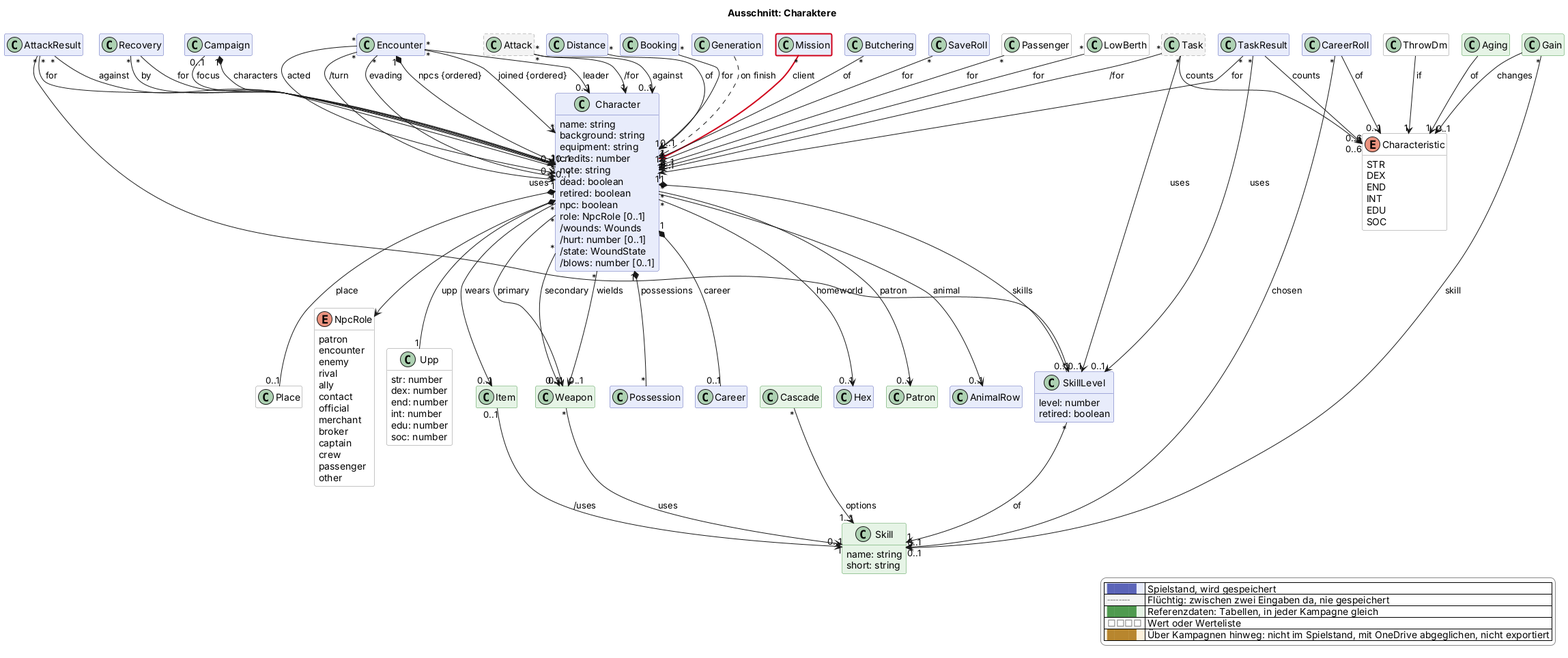
Before: docs/views/charakter.png, a diagram exported from PlantUML (scuzzar/SRE).
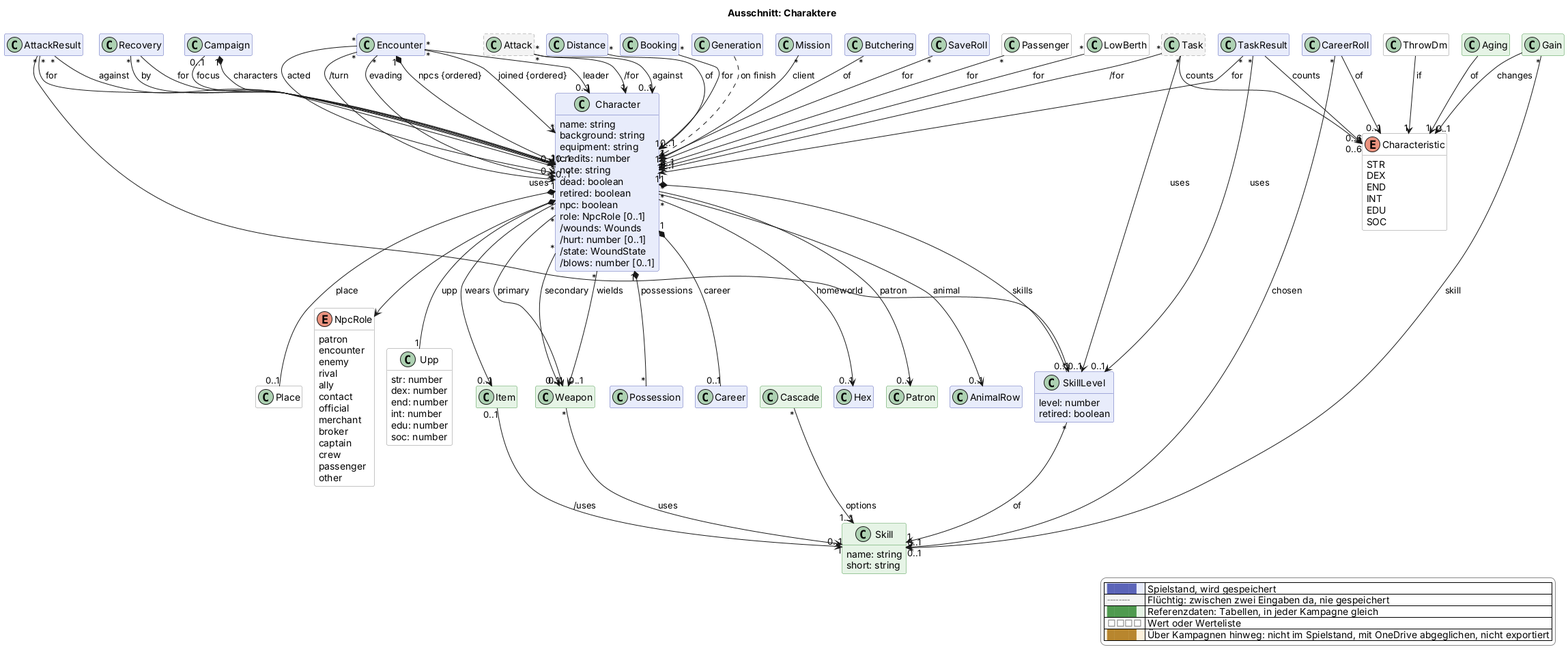
After the change.

The edit, as a diff of the source:
```diff
@@ -122,7 +122,7 @@
 
   class Hex $sektor
 
-  class Mission $mission $newClass("2026-11-18")
+  class Mission $mission
 
   class Butchering $begegnung
   class SaveRoll $begegnung
@@ -173,7 +173,7 @@
 Character "*" --> "0..1" Hex : homeworld
 Character "1" *-- "0..1" Place : place
 Character "*" --> "0..1" Patron : patron
-Mission "*" -$newArrow("2026-11-18")-> "0..1" Character : client
+Mission "*" --> "0..1" Character : client
 Character --> NpcRole
 CareerRoll --> "0..1" Characteristic : of
 CareerRoll "*" --> "0..1" Skill : chosen
```
